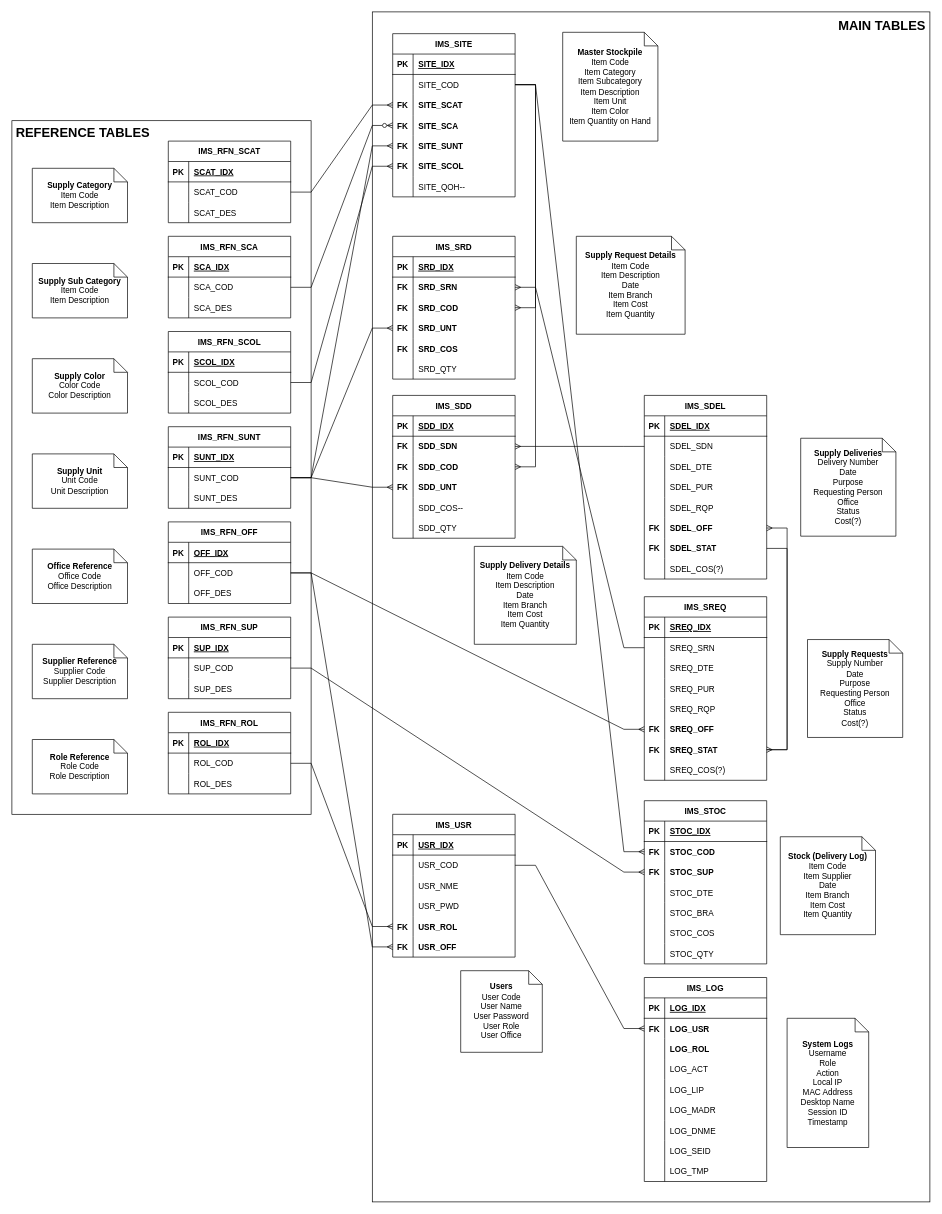
nullblank/IMS keeps this draw.io diagram as docs/IMS Relational Diagram.drawio. Above is the earlier version. Source tidied: cells renumbered, new cells numbered last; positions are measured from the earlier drawing's top-left corner, leaving out a move shared by most shapes. Both pictures are drawn from the tidied source at 68%, with x=0, y=0 at pixel (12, 12).
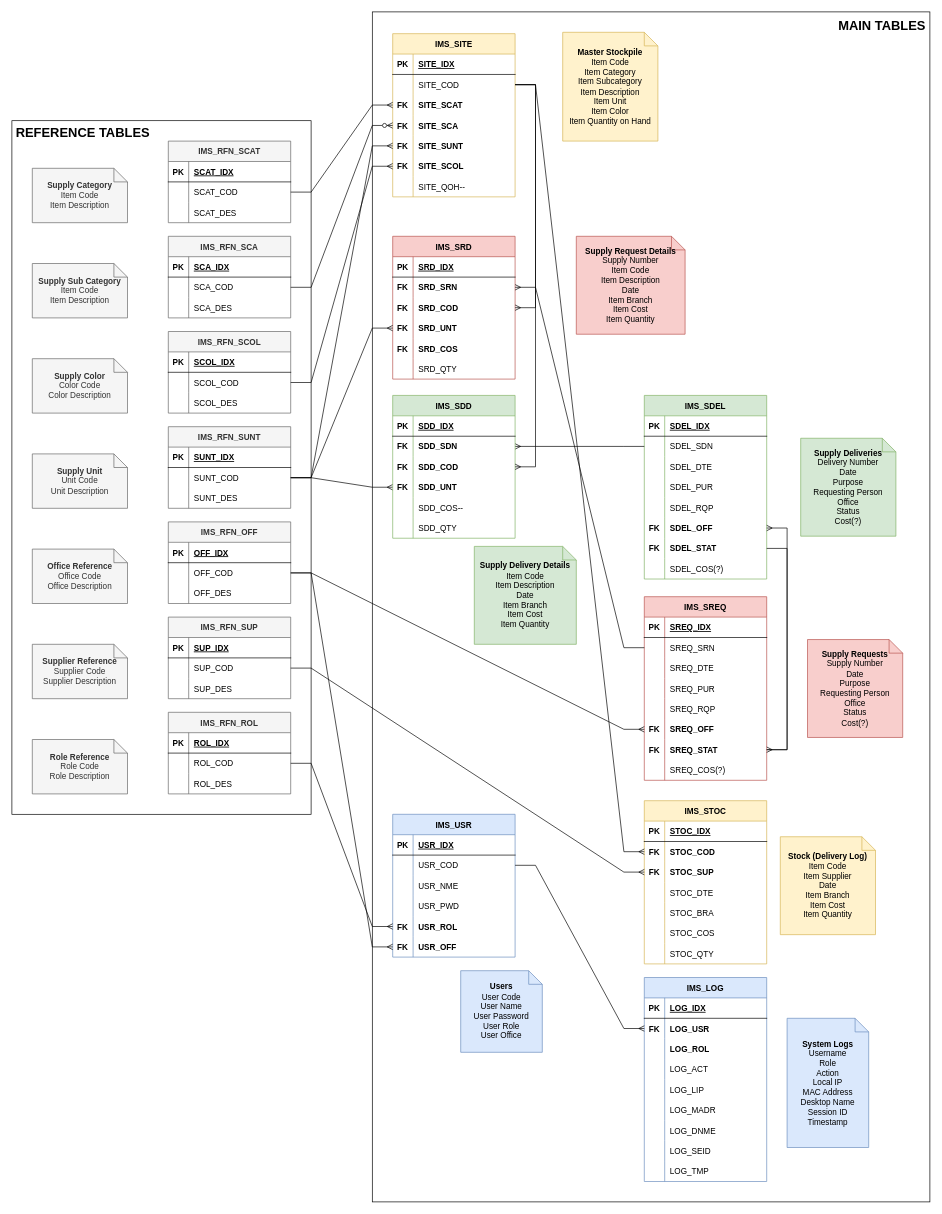
After the change.

Commit message (it also covers changes not shown here):
Created 'Form_MasterStockpile'. Updated diagrams in docs.

What changed in the source:
```diff
@@
-    <mxCell id="4" value="IMS_RFN_SCAT" style="shape=table;startSize=30;childLayout=tableLayout;rowLines=0;fontStyle=1;align=center;" parent="1" vertex="1">
+    <mxCell id="4" value="IMS_RFN_SCAT" style="shape=table;startSize=30;childLayout=tableLayout;rowLines=0;fontStyle=1;align=center;fillColor=#f5f5f5;fontColor=#333333;strokeColor=#666666;" parent="1" vertex="1">
       <mxGeometry x="230" y="190" width="180" height="120" as="geometry" />
     </mxCell>
@@
-    <mxCell id="14" value="IMS_RFN_SCOL" style="shape=table;startSize=30;childLayout=tableLayout;rowLines=0;fontStyle=1;align=center;" parent="1" vertex="1">
+    <mxCell id="14" value="IMS_RFN_SCOL" style="shape=table;startSize=30;childLayout=tableLayout;rowLines=0;fontStyle=1;align=center;fillColor=#f5f5f5;fontColor=#333333;strokeColor=#666666;" parent="1" vertex="1">
       <mxGeometry x="230" y="470" width="180" height="120" as="geometry" />
     </mxCell>
@@
-    <mxCell id="24" value="IMS_RFN_SUNT" style="shape=table;startSize=30;childLayout=tableLayout;rowLines=0;fontStyle=1;align=center;" parent="1" vertex="1">
+    <mxCell id="24" value="IMS_RFN_SUNT" style="shape=table;startSize=30;childLayout=tableLayout;rowLines=0;fontStyle=1;align=center;fillColor=#f5f5f5;fontColor=#333333;strokeColor=#666666;" parent="1" vertex="1">
       <mxGeometry x="230" y="610" width="180" height="120" as="geometry" />
     </mxCell>
@@
-    <mxCell id="35" value="&lt;b&gt;Supply Category&lt;/b&gt;&lt;br&gt;Item Code&lt;br&gt;Item Description" style="shape=note;size=20;whiteSpace=wrap;html=1;" parent="1" vertex="1">
+    <mxCell id="35" value="&lt;b&gt;Supply Category&lt;/b&gt;&lt;br&gt;Item Code&lt;br&gt;Item Description" style="shape=note;size=20;whiteSpace=wrap;html=1;fillColor=#f5f5f5;fontColor=#333333;strokeColor=#666666;" parent="1" vertex="1">
       <mxGeometry x="30" y="230" width="140" height="80" as="geometry" />
     </mxCell>
-    <mxCell id="36" value="&lt;b&gt;Supply Color&lt;/b&gt;&lt;br&gt;Color Code&lt;br&gt;Color Description" style="shape=note;size=20;whiteSpace=wrap;html=1;" parent="1" vertex="1">
+    <mxCell id="36" value="&lt;b&gt;Supply Color&lt;/b&gt;&lt;br&gt;Color Code&lt;br&gt;Color Description" style="shape=note;size=20;whiteSpace=wrap;html=1;fillColor=#f5f5f5;fontColor=#333333;strokeColor=#666666;" parent="1" vertex="1">
       <mxGeometry x="30" y="510" width="140" height="80" as="geometry" />
     </mxCell>
-    <mxCell id="37" value="&lt;b&gt;Supply Unit&lt;/b&gt;&lt;br&gt;Unit Code&lt;br&gt;Unit Description" style="shape=note;size=20;whiteSpace=wrap;html=1;" parent="1" vertex="1">
+    <mxCell id="37" value="&lt;b&gt;Supply Unit&lt;/b&gt;&lt;br&gt;Unit Code&lt;br&gt;Unit Description" style="shape=note;size=20;whiteSpace=wrap;html=1;fillColor=#f5f5f5;fontColor=#333333;strokeColor=#666666;" parent="1" vertex="1">
       <mxGeometry x="30" y="650" width="140" height="80" as="geometry" />
     </mxCell>
-    <mxCell id="38" value="IMS_RFN_OFF" style="shape=table;startSize=30;childLayout=tableLayout;rowLines=0;fontStyle=1;align=center;" parent="1" vertex="1">
+    <mxCell id="38" value="IMS_RFN_OFF" style="shape=table;startSize=30;childLayout=tableLayout;rowLines=0;fontStyle=1;align=center;fillColor=#f5f5f5;fontColor=#333333;strokeColor=#666666;" parent="1" vertex="1">
       <mxGeometry x="230" y="750" width="180" height="120" as="geometry" />
     </mxCell>
@@
-    <mxCell id="48" value="&lt;b&gt;Office Reference&lt;/b&gt;&lt;br&gt;Office Code&lt;br&gt;Office Description" style="shape=note;size=20;whiteSpace=wrap;html=1;" parent="1" vertex="1">
+    <mxCell id="48" value="&lt;b&gt;Office Reference&lt;/b&gt;&lt;br&gt;Office Code&lt;br&gt;Office Description" style="shape=note;size=20;whiteSpace=wrap;html=1;fillColor=#f5f5f5;fontColor=#333333;strokeColor=#666666;" parent="1" vertex="1">
       <mxGeometry x="30" y="790" width="140" height="80" as="geometry" />
     </mxCell>
-    <mxCell id="49" value="IMS_SITE" style="shape=table;startSize=30;childLayout=tableLayout;rowLines=0;fontStyle=1;align=center;" parent="1" vertex="1">
+    <mxCell id="49" value="IMS_SITE" style="shape=table;startSize=30;childLayout=tableLayout;rowLines=0;fontStyle=1;align=center;fillColor=#fff2cc;strokeColor=#d6b656;" parent="1" vertex="1">
       <mxGeometry x="560" y="32" width="180" height="240" as="geometry" />
     </mxCell>
@@
-    <mxCell id="71" value="IMS_SREQ" style="shape=table;startSize=30;childLayout=tableLayout;rowLines=0;fontStyle=1;align=center;" parent="1" vertex="1">
+    <mxCell id="71" value="IMS_SREQ" style="shape=table;startSize=30;childLayout=tableLayout;rowLines=0;fontStyle=1;align=center;fillColor=#f8cecc;strokeColor=#b85450;" parent="1" vertex="1">
       <mxGeometry x="930" y="860" width="180" height="270" as="geometry" />
     </mxCell>
@@
-    <mxCell id="96" value="IMS_STOC" style="shape=table;startSize=30;childLayout=tableLayout;rowLines=0;fontStyle=1;align=center;" parent="1" vertex="1">
+    <mxCell id="96" value="IMS_STOC" style="shape=table;startSize=30;childLayout=tableLayout;rowLines=0;fontStyle=1;align=center;fillColor=#fff2cc;strokeColor=#d6b656;" parent="1" vertex="1">
       <mxGeometry x="930" y="1160" width="180" height="240" as="geometry" />
     </mxCell>
@@
-    <mxCell id="118" value="IMS_SRD" style="shape=table;startSize=30;childLayout=tableLayout;rowLines=0;fontStyle=1;align=center;" parent="1" vertex="1">
+    <mxCell id="118" value="IMS_SRD" style="shape=table;startSize=30;childLayout=tableLayout;rowLines=0;fontStyle=1;align=center;fillColor=#f8cecc;strokeColor=#b85450;" parent="1" vertex="1">
       <mxGeometry x="560" y="330" width="180" height="210" as="geometry" />
     </mxCell>
@@
-    <mxCell id="137" value="&lt;b&gt;Master Stockpile&lt;/b&gt;&lt;br&gt;Item Code&lt;br&gt;Item Category&lt;br&gt;Item Subcategory&lt;br&gt;Item Description&lt;br&gt;Item Unit&lt;br&gt;Item Color&lt;br&gt;Item Quantity on Hand" style="shape=note;size=20;whiteSpace=wrap;html=1;" parent="1" vertex="1">
+    <mxCell id="137" value="&lt;b&gt;Master Stockpile&lt;/b&gt;&lt;br&gt;Item Code&lt;br&gt;Item Category&lt;br&gt;Item Subcategory&lt;br&gt;Item Description&lt;br&gt;Item Unit&lt;br&gt;Item Color&lt;br&gt;Item Quantity on Hand" style="shape=note;size=20;whiteSpace=wrap;html=1;fillColor=#fff2cc;strokeColor=#d6b656;" parent="1" vertex="1">
       <mxGeometry x="810" y="30" width="140" height="160" as="geometry" />
     </mxCell>
-    <mxCell id="138" value="&lt;b&gt;Stock (Delivery Log)&lt;/b&gt;&lt;br&gt;Item Code&lt;br&gt;Item Supplier&lt;br&gt;Date&lt;br&gt;Item Branch&lt;br&gt;Item Cost&lt;br&gt;Item Quantity" style="shape=note;size=20;whiteSpace=wrap;html=1;" parent="1" vertex="1">
+    <mxCell id="138" value="&lt;b&gt;Stock (Delivery Log)&lt;/b&gt;&lt;br&gt;Item Code&lt;br&gt;Item Supplier&lt;br&gt;Date&lt;br&gt;Item Branch&lt;br&gt;Item Cost&lt;br&gt;Item Quantity" style="shape=note;size=20;whiteSpace=wrap;html=1;fillColor=#fff2cc;strokeColor=#d6b656;" parent="1" vertex="1">
       <mxGeometry x="1130" y="1213" width="140" height="144" as="geometry" />
     </mxCell>
-    <mxCell id="139" value="&lt;b&gt;Supply Requests&lt;/b&gt;&lt;br&gt;Supply Number&lt;br&gt;Date&lt;br&gt;Purpose&lt;br&gt;Requesting Person&lt;br&gt;Office&lt;br&gt;Status&lt;br&gt;Cost(?)" style="shape=note;size=20;whiteSpace=wrap;html=1;" parent="1" vertex="1">
+    <mxCell id="139" value="&lt;b&gt;Supply Requests&lt;/b&gt;&lt;br&gt;Supply Number&lt;br&gt;Date&lt;br&gt;Purpose&lt;br&gt;Requesting Person&lt;br&gt;Office&lt;br&gt;Status&lt;br&gt;Cost(?)" style="shape=note;size=20;whiteSpace=wrap;html=1;fillColor=#f8cecc;strokeColor=#b85450;" parent="1" vertex="1">
       <mxGeometry x="1170" y="923" width="140" height="144" as="geometry" />
     </mxCell>
-    <mxCell id="140" value="&lt;b&gt;Supply Request Details&lt;/b&gt;&lt;br&gt;Item Code&lt;br&gt;Item Description&lt;br&gt;Date&lt;br&gt;Item Branch&lt;br&gt;Item Cost&lt;br&gt;Item Quantity" style="shape=note;size=20;whiteSpace=wrap;html=1;" parent="1" vertex="1">
+    <mxCell id="140" value="&lt;b&gt;Supply Request Details&lt;/b&gt;&lt;br&gt;Supply Number&lt;br&gt;Item Code&lt;br&gt;Item Description&lt;br&gt;Date&lt;br&gt;Item Branch&lt;br&gt;Item Cost&lt;br&gt;Item Quantity" style="shape=note;size=20;whiteSpace=wrap;html=1;fillColor=#f8cecc;strokeColor=#b85450;" parent="1" vertex="1">
       <mxGeometry x="830" y="330" width="160" height="144" as="geometry" />
     </mxCell>
-    <mxCell id="141" value="IMS_RFN_SUP" style="shape=table;startSize=30;childLayout=tableLayout;rowLines=0;fontStyle=1;align=center;" parent="1" vertex="1">
+    <mxCell id="141" value="IMS_RFN_SUP" style="shape=table;startSize=30;childLayout=tableLayout;rowLines=0;fontStyle=1;align=center;fillColor=#f5f5f5;fontColor=#333333;strokeColor=#666666;" parent="1" vertex="1">
       <mxGeometry x="230" y="890" width="180" height="120" as="geometry" />
     </mxCell>
@@
-    <mxCell id="151" value="&lt;b&gt;Supplier Reference&lt;/b&gt;&lt;br&gt;Supplier Code&lt;br&gt;Supplier Description" style="shape=note;size=20;whiteSpace=wrap;html=1;" parent="1" vertex="1">
+    <mxCell id="151" value="&lt;b&gt;Supplier Reference&lt;/b&gt;&lt;br&gt;Supplier Code&lt;br&gt;Supplier Description" style="shape=note;size=20;whiteSpace=wrap;html=1;fillColor=#f5f5f5;fontColor=#333333;strokeColor=#666666;" parent="1" vertex="1">
       <mxGeometry x="30" y="930" width="140" height="80" as="geometry" />
     </mxCell>
-    <mxCell id="152" value="IMS_RFN_SCA" style="shape=table;startSize=30;childLayout=tableLayout;rowLines=0;fontStyle=1;align=center;" parent="1" vertex="1">
+    <mxCell id="152" value="IMS_RFN_SCA" style="shape=table;startSize=30;childLayout=tableLayout;rowLines=0;fontStyle=1;align=center;fillColor=#f5f5f5;fontColor=#333333;strokeColor=#666666;" parent="1" vertex="1">
       <mxGeometry x="230" y="330" width="180" height="120" as="geometry" />
     </mxCell>
@@
-    <mxCell id="162" value="&lt;b&gt;Supply Sub Category&lt;/b&gt;&lt;br&gt;Item Code&lt;br&gt;Item Description" style="shape=note;size=20;whiteSpace=wrap;html=1;" parent="1" vertex="1">
+    <mxCell id="162" value="&lt;b&gt;Supply Sub Category&lt;/b&gt;&lt;br&gt;Item Code&lt;br&gt;Item Description" style="shape=note;size=20;whiteSpace=wrap;html=1;fillColor=#f5f5f5;fontColor=#333333;strokeColor=#666666;" parent="1" vertex="1">
       <mxGeometry x="30" y="370" width="140" height="80" as="geometry" />
     </mxCell>
-    <mxCell id="163" value="IMS_RFN_ROL" style="shape=table;startSize=30;childLayout=tableLayout;rowLines=0;fontStyle=1;align=center;" parent="1" vertex="1">
+    <mxCell id="163" value="IMS_RFN_ROL" style="shape=table;startSize=30;childLayout=tableLayout;rowLines=0;fontStyle=1;align=center;fillColor=#f5f5f5;fontColor=#333333;strokeColor=#666666;" parent="1" vertex="1">
       <mxGeometry x="230" y="1030" width="180" height="120" as="geometry" />
     </mxCell>
@@
-    <mxCell id="173" value="&lt;b&gt;Role Reference&lt;/b&gt;&lt;br&gt;Role Code&lt;br&gt;Role Description" style="shape=note;size=20;whiteSpace=wrap;html=1;" parent="1" vertex="1">
+    <mxCell id="173" value="&lt;b&gt;Role Reference&lt;/b&gt;&lt;br&gt;Role Code&lt;br&gt;Role Description" style="shape=note;size=20;whiteSpace=wrap;html=1;fillColor=#f5f5f5;fontColor=#333333;strokeColor=#666666;" parent="1" vertex="1">
       <mxGeometry x="30" y="1070" width="140" height="80" as="geometry" />
     </mxCell>
-    <mxCell id="174" value="IMS_USR" style="shape=table;startSize=30;childLayout=tableLayout;rowLines=0;fontStyle=1;align=center;" parent="1" vertex="1">
+    <mxCell id="174" value="IMS_USR" style="shape=table;startSize=30;childLayout=tableLayout;rowLines=0;fontStyle=1;align=center;fillColor=#dae8fc;strokeColor=#6c8ebf;" parent="1" vertex="1">
       <mxGeometry x="560" y="1180" width="180" height="210" as="geometry" />
     </mxCell>
@@
-    <mxCell id="193" value="IMS_SDEL" style="shape=table;startSize=30;childLayout=tableLayout;rowLines=0;fontStyle=1;align=center;" parent="1" vertex="1">
+    <mxCell id="193" value="IMS_SDEL" style="shape=table;startSize=30;childLayout=tableLayout;rowLines=0;fontStyle=1;align=center;fillColor=#d5e8d4;strokeColor=#82b366;" parent="1" vertex="1">
       <mxGeometry x="930" y="564" width="180" height="270" as="geometry" />
     </mxCell>
@@
-    <mxCell id="227" value="IMS_SDD" style="shape=table;startSize=30;childLayout=tableLayout;rowLines=0;fontStyle=1;align=center;" parent="1" vertex="1">
+    <mxCell id="227" value="IMS_SDD" style="shape=table;startSize=30;childLayout=tableLayout;rowLines=0;fontStyle=1;align=center;fillColor=#d5e8d4;strokeColor=#82b366;" parent="1" vertex="1">
       <mxGeometry x="560" y="564" width="180" height="210" as="geometry" />
     </mxCell>
@@
-    <mxCell id="252" value="&lt;b&gt;Supply Deliveries&lt;/b&gt;&lt;br&gt;Delivery Number&lt;br&gt;Date&lt;br&gt;Purpose&lt;br&gt;Requesting Person&lt;br&gt;Office&lt;br&gt;Status&lt;br&gt;Cost(?)" style="shape=note;size=20;whiteSpace=wrap;html=1;" parent="1" vertex="1">
+    <mxCell id="252" value="&lt;b&gt;Supply Deliveries&lt;/b&gt;&lt;br&gt;Delivery Number&lt;br&gt;Date&lt;br&gt;Purpose&lt;br&gt;Requesting Person&lt;br&gt;Office&lt;br&gt;Status&lt;br&gt;Cost(?)" style="shape=note;size=20;whiteSpace=wrap;html=1;fillColor=#d5e8d4;strokeColor=#82b366;" parent="1" vertex="1">
       <mxGeometry x="1160" y="627" width="140" height="144" as="geometry" />
     </mxCell>
@@
-    <mxCell id="255" value="&lt;b&gt;Supply Delivery Details&lt;/b&gt;&lt;br&gt;Item Code&lt;br&gt;Item Description&lt;br&gt;Date&lt;br&gt;Item Branch&lt;br&gt;Item Cost&lt;br&gt;Item Quantity" style="shape=note;size=20;whiteSpace=wrap;html=1;" parent="1" vertex="1">
+    <mxCell id="255" value="&lt;b&gt;Supply Delivery Details&lt;/b&gt;&lt;br&gt;Item Code&lt;br&gt;Item Description&lt;br&gt;Date&lt;br&gt;Item Branch&lt;br&gt;Item Cost&lt;br&gt;Item Quantity" style="shape=note;size=20;whiteSpace=wrap;html=1;fillColor=#d5e8d4;strokeColor=#82b366;" parent="1" vertex="1">
       <mxGeometry x="680" y="786" width="150" height="144" as="geometry" />
     </mxCell>
-    <mxCell id="256" value="&lt;b&gt;Users&lt;br&gt;&lt;/b&gt;User Code&lt;br&gt;User Name&lt;br&gt;User Password&lt;br&gt;User Role&lt;br&gt;User Office" style="shape=note;size=20;whiteSpace=wrap;html=1;" parent="1" vertex="1">
+    <mxCell id="256" value="&lt;b&gt;Users&lt;br&gt;&lt;/b&gt;User Code&lt;br&gt;User Name&lt;br&gt;User Password&lt;br&gt;User Role&lt;br&gt;User Office" style="shape=note;size=20;whiteSpace=wrap;html=1;fillColor=#dae8fc;strokeColor=#6c8ebf;" parent="1" vertex="1">
       <mxGeometry x="660" y="1410" width="120" height="120" as="geometry" />
     </mxCell>
-    <mxCell id="257" value="IMS_LOG" style="shape=table;startSize=30;childLayout=tableLayout;rowLines=0;fontStyle=1;align=center;" parent="1" vertex="1">
+    <mxCell id="257" value="IMS_LOG" style="shape=table;startSize=30;childLayout=tableLayout;rowLines=0;fontStyle=1;align=center;fillColor=#dae8fc;strokeColor=#6c8ebf;" parent="1" vertex="1">
       <mxGeometry x="930" y="1420" width="180" height="300" as="geometry" />
     </mxCell>
@@
-    <mxCell id="286" value="&lt;b&gt;System Logs&lt;/b&gt;&lt;br&gt;Username&lt;br&gt;Role&lt;br&gt;Action&lt;br&gt;Local IP&lt;br&gt;MAC Address&lt;br&gt;Desktop Name&lt;br&gt;Session ID&lt;br&gt;Timestamp" style="shape=note;size=20;whiteSpace=wrap;html=1;" parent="1" vertex="1">
+    <mxCell id="286" value="&lt;b&gt;System Logs&lt;/b&gt;&lt;br&gt;Username&lt;br&gt;Role&lt;br&gt;Action&lt;br&gt;Local IP&lt;br&gt;MAC Address&lt;br&gt;Desktop Name&lt;br&gt;Session ID&lt;br&gt;Timestamp" style="shape=note;size=20;whiteSpace=wrap;html=1;fillColor=#dae8fc;strokeColor=#6c8ebf;" parent="1" vertex="1">
       <mxGeometry x="1140" y="1480" width="120" height="190" as="geometry" />
     </mxCell>
```
